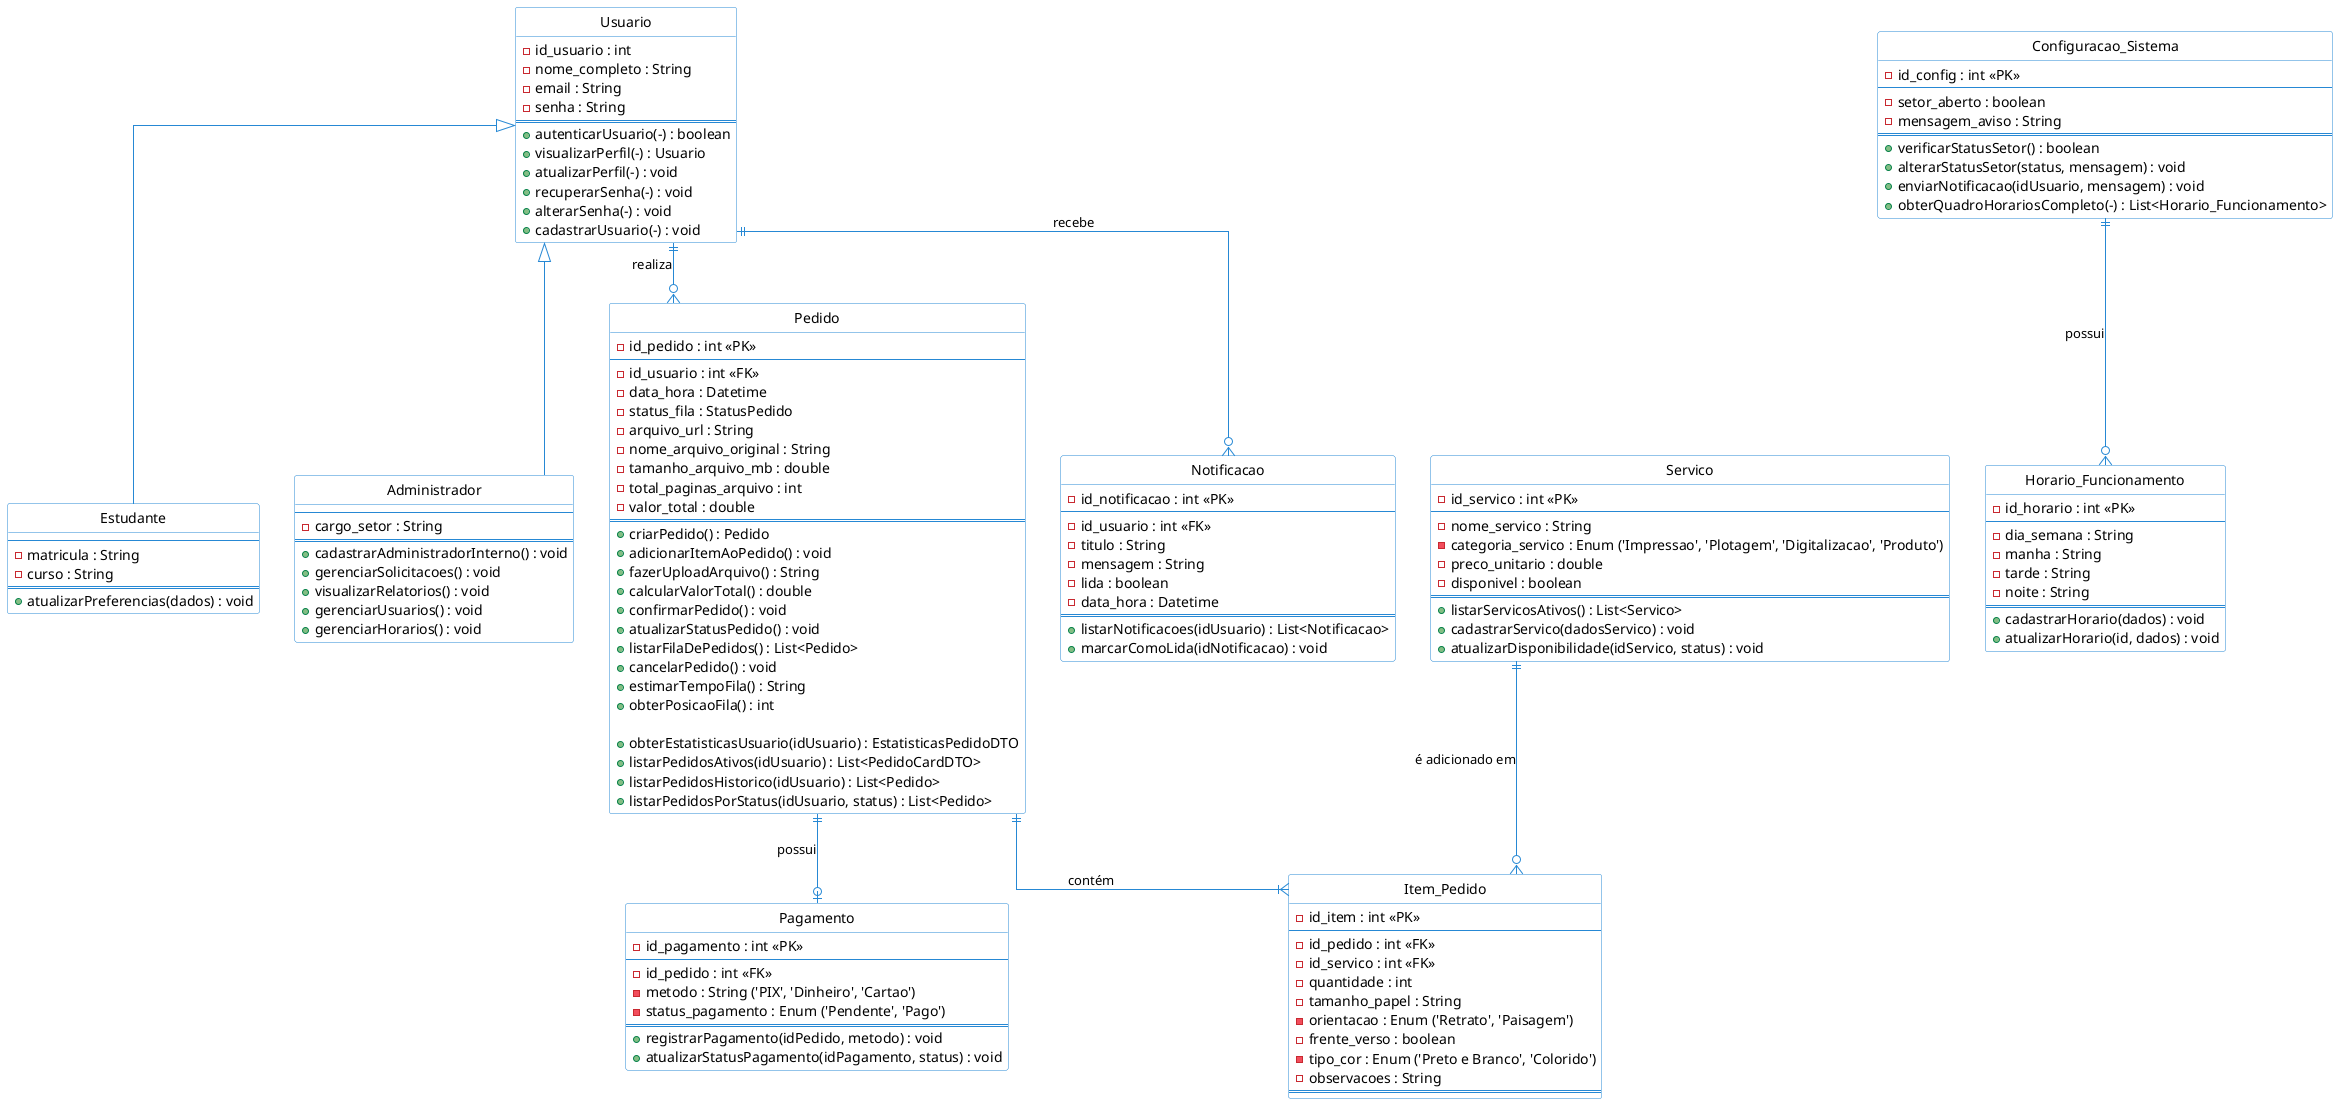
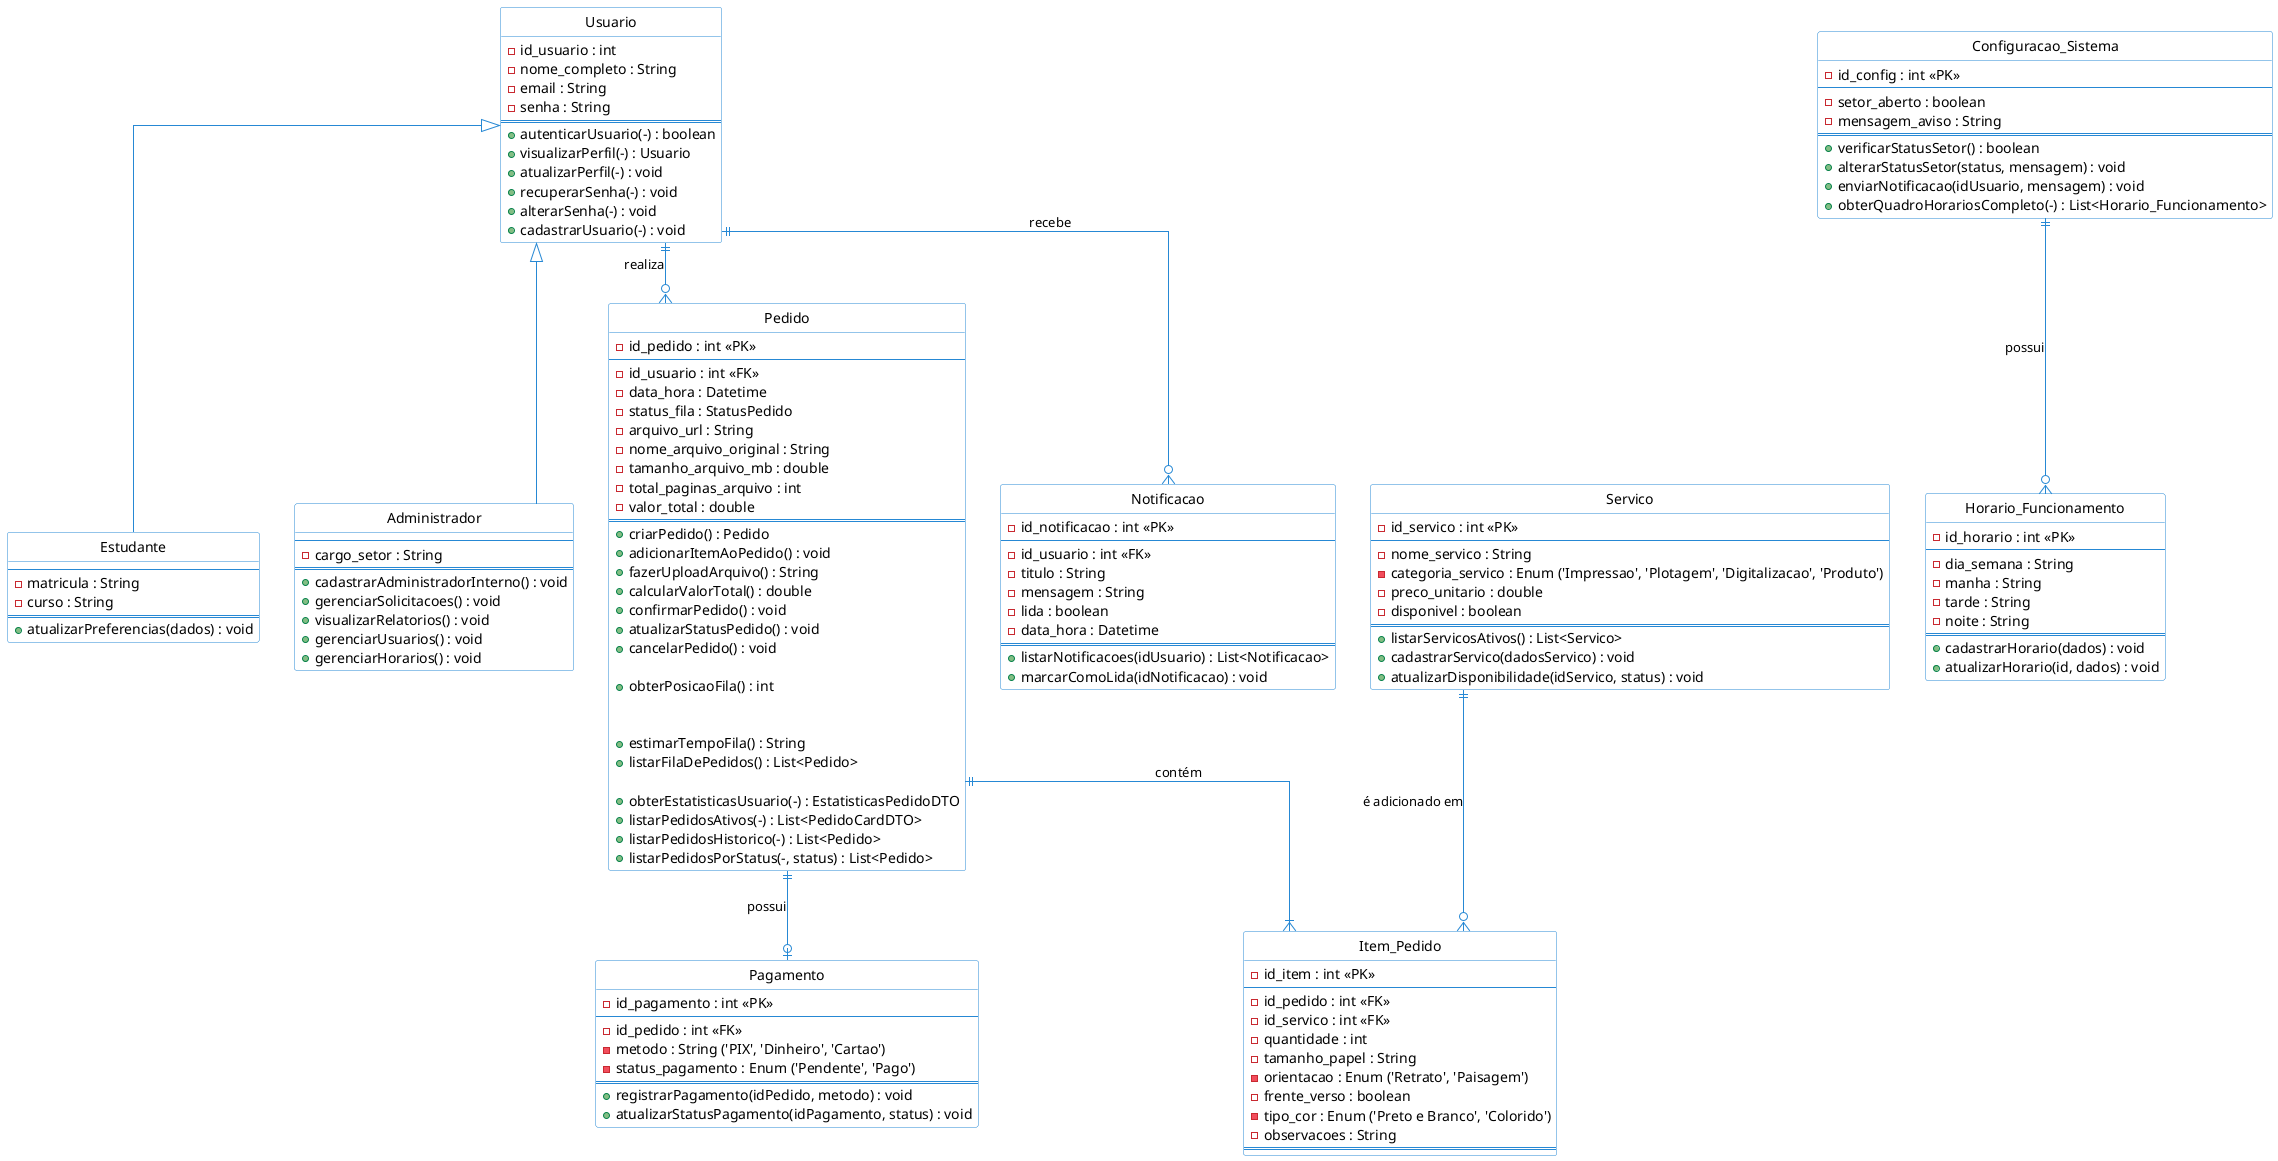
@startuml diagram
' Configurações visuais para deixar o diagrama mais limpo e profissional
hide circle
skinparam linetype ortho
skinparam shadowing false
skinparam class {
    BackgroundColor White
    ArrowColor #2688d4
    BorderColor #2688d4
}

' --- Definição das Classes (Tabelas + Métodos) ---

class "Usuario" as usuario {
  - id_usuario : int
  - nome_completo : String
  - email : String
  - senha : String
  ==
  + autenticarUsuario(-) : boolean
  + visualizarPerfil(-) : Usuario
  + atualizarPerfil(-) : void
  + recuperarSenha(-) : void
  + alterarSenha(-) : void
  + cadastrarUsuario(-) : void
}

class "Estudante" as estudante {
  --
  - matricula : String
  - curso : String
  ==
  + atualizarPreferencias(dados) : void
}

class "Administrador" as admin {
  --
  - cargo_setor : String
  ==
  + cadastrarAdministradorInterno() : void
  + gerenciarSolicitacoes() : void
  + visualizarRelatorios() : void
  + gerenciarUsuarios() : void
  + gerenciarHorarios() : void
}

class "Servico" as servico {
  - id_servico : int <<PK>>
  --
  - nome_servico : String
  - categoria_servico : Enum ('Impressao', 'Plotagem', 'Digitalizacao', 'Produto')
  - preco_unitario : double
  - disponivel : boolean
  ==
  + listarServicosAtivos() : List<Servico>
  + cadastrarServico(dadosServico) : void
  + atualizarDisponibilidade(idServico, status) : void
}

class "Pedido" as pedido {
  - id_pedido : int <<PK>>
  --
  - id_usuario : int <<FK>>
  - data_hora : Datetime
  - status_fila : StatusPedido
  - arquivo_url : String
  - nome_arquivo_original : String
  - tamanho_arquivo_mb : double
  - total_paginas_arquivo : int
  - valor_total : double
  ==
  ' Métodos de Regra de Negócio e Fila (Originais)
  + criarPedido() : Pedido
  + adicionarItemAoPedido() : void
  + fazerUploadArquivo() : String
  + calcularValorTotal() : double
  + confirmarPedido() : void
  + atualizarStatusPedido() : void
-   + listarFilaDePedidos() : List<Pedido>
  + cancelarPedido() : void
-   + estimarTempoFila() : String
+ 
  + obterPosicaoFila() : int

+ 
+   + estimarTempoFila() : String
+   + listarFilaDePedidos() : List<Pedido>
+ 
  ' Métodos Sincronizados com PedidoService.java (Novos)
-   + obterEstatisticasUsuario(idUsuario) : EstatisticasPedidoDTO
-   + listarPedidosAtivos(idUsuario) : List<PedidoCardDTO>
-   + listarPedidosHistorico(idUsuario) : List<Pedido>
-   + listarPedidosPorStatus(idUsuario, status) : List<Pedido>
+   + obterEstatisticasUsuario(-) : EstatisticasPedidoDTO
+   + listarPedidosAtivos(-) : List<PedidoCardDTO>
+   + listarPedidosHistorico(-) : List<Pedido>
+   + listarPedidosPorStatus(-, status) : List<Pedido>
}

class "Item_Pedido" as item_pedido {
  - id_item : int <<PK>>
  --
  - id_pedido : int <<FK>>
  - id_servico : int <<FK>>
  - quantidade : int
  - tamanho_papel : String
  - orientacao : Enum ('Retrato', 'Paisagem')
  - frente_verso : boolean
  - tipo_cor : Enum ('Preto e Branco', 'Colorido')
  - observacoes : String
  ==
}

class "Pagamento" as pagamento {
  - id_pagamento : int <<PK>>
  --
  - id_pedido : int <<FK>>
  - metodo : String ('PIX', 'Dinheiro', 'Cartao')
  - status_pagamento : Enum ('Pendente', 'Pago')
  ==
  + registrarPagamento(idPedido, metodo) : void
  + atualizarStatusPagamento(idPagamento, status) : void
}

class "Notificacao" as notificacao {
  - id_notificacao : int <<PK>>
  --
  - id_usuario : int <<FK>>
  - titulo : String
  - mensagem : String
  - lida : boolean
  - data_hora : Datetime
  ==
  + listarNotificacoes(idUsuario) : List<Notificacao>
  + marcarComoLida(idNotificacao) : void
}

class "Horario_Funcionamento" as horario {
  - id_horario : int <<PK>>
  --
  - dia_semana : String
  - manha : String
  - tarde : String
  - noite : String
  ==
  + cadastrarHorario(dados) : void
  + atualizarHorario(id, dados) : void
}

class "Configuracao_Sistema" as config {
  - id_config : int <<PK>>
  --
  - setor_aberto : boolean
  - mensagem_aviso : String
  ==
  + verificarStatusSetor() : boolean
  + alterarStatusSetor(status, mensagem) : void
  + enviarNotificacao(idUsuario, mensagem) : void
  + obterQuadroHorariosCompleto(-) : List<Horario_Funcionamento>
}

' --- Definição dos Relacionamentos ---

' Herança: Estudante e Administrador são tipos de Usuário
usuario <|-- estudante
usuario <|-- admin

' Um Usuário pode ter ZERO ou VÁRIOS Pedidos (1:N)
usuario ||--o{ pedido : "realiza"

' Um Usuário pode receber ZERO ou VÁRIAS Notificações (1:N)
usuario ||--o{ notificacao : "recebe"

' Um Pedido deve ter UM ou VÁRIOS Itens (1:N)
pedido ||--|{ item_pedido : "contém"

' Um Serviço pode estar em ZERO ou VÁRIOS Itens de Pedido (1:N)
servico ||--o{ item_pedido : "é adicionado em"

' Um Pedido pode ter ZERO ou UM Pagamento registrado (1:1)
pedido ||--o| pagamento : "possui"

' O sistema possui vários horários de funcionamento (1:N)
config ||--o{ horario : "possui"

@enduml